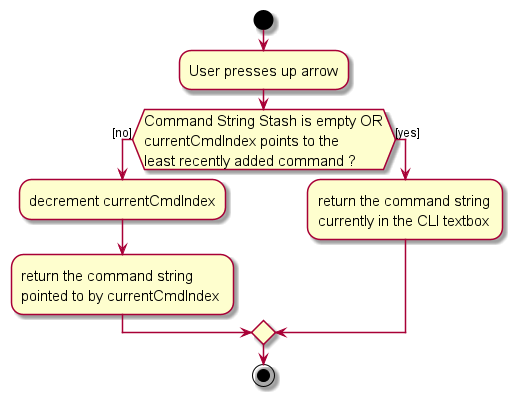
Earlier version of the PlantUML export docs/images/UpArrowActivityDiagram.png (nus-cs2103-AY2324S1/tp). The source it was exported from:
```plantuml
@startuml
skin rose
skinparam ActivityFontSize 15
skinparam ArrowFontSize 12
start
:User presses up arrow;


if (Command String Stash is empty OR
currentCmdIndex points to the
least recently added command ?) then ([no])
    :decrement currentCmdIndex;
    :return the command string
    pointed to by currentCmdIndex ;
else ([yes])
    :return the command string
    currently in the CLI textbox ;
endif
stop
@enduml
```
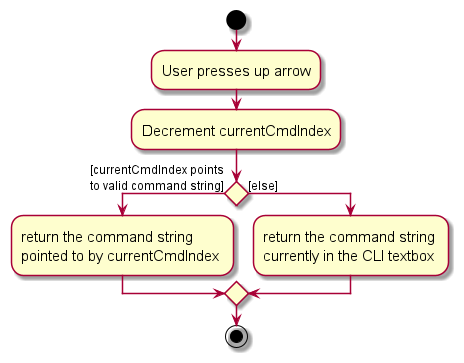
After the change.

Commit message:
Save updated UML diagrams as images

What changed in the source:
```diff
@@ -6,13 +6,12 @@
 :User presses up arrow;
 
 
-if (Command String Stash is empty OR
-currentCmdIndex points to the
-least recently added command ?) then ([no])
-    :decrement currentCmdIndex;
+:Decrement currentCmdIndex;
+if () then ([currentCmdIndex points
+to valid command string])
     :return the command string
     pointed to by currentCmdIndex ;
-else ([yes])
+else ([else])
     :return the command string
     currently in the CLI textbox ;
 endif
```
